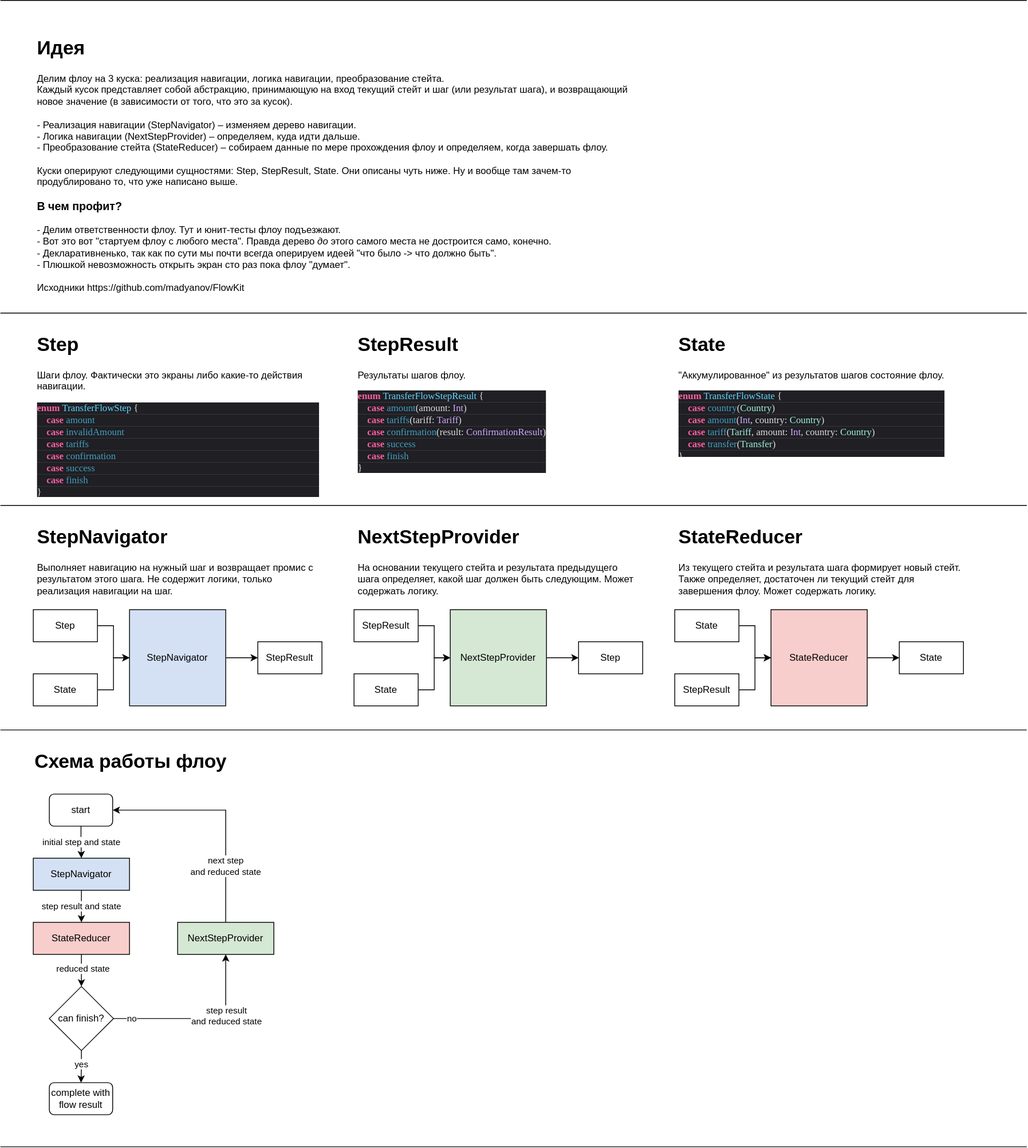
The draw.io diagram flowkit.svg in m6vrm/flowkit, before a commit. Source tidied: cells renumbered, new cells last; positions are measured from the earlier drawing's top-left corner, leaving out a move shared by most shapes.
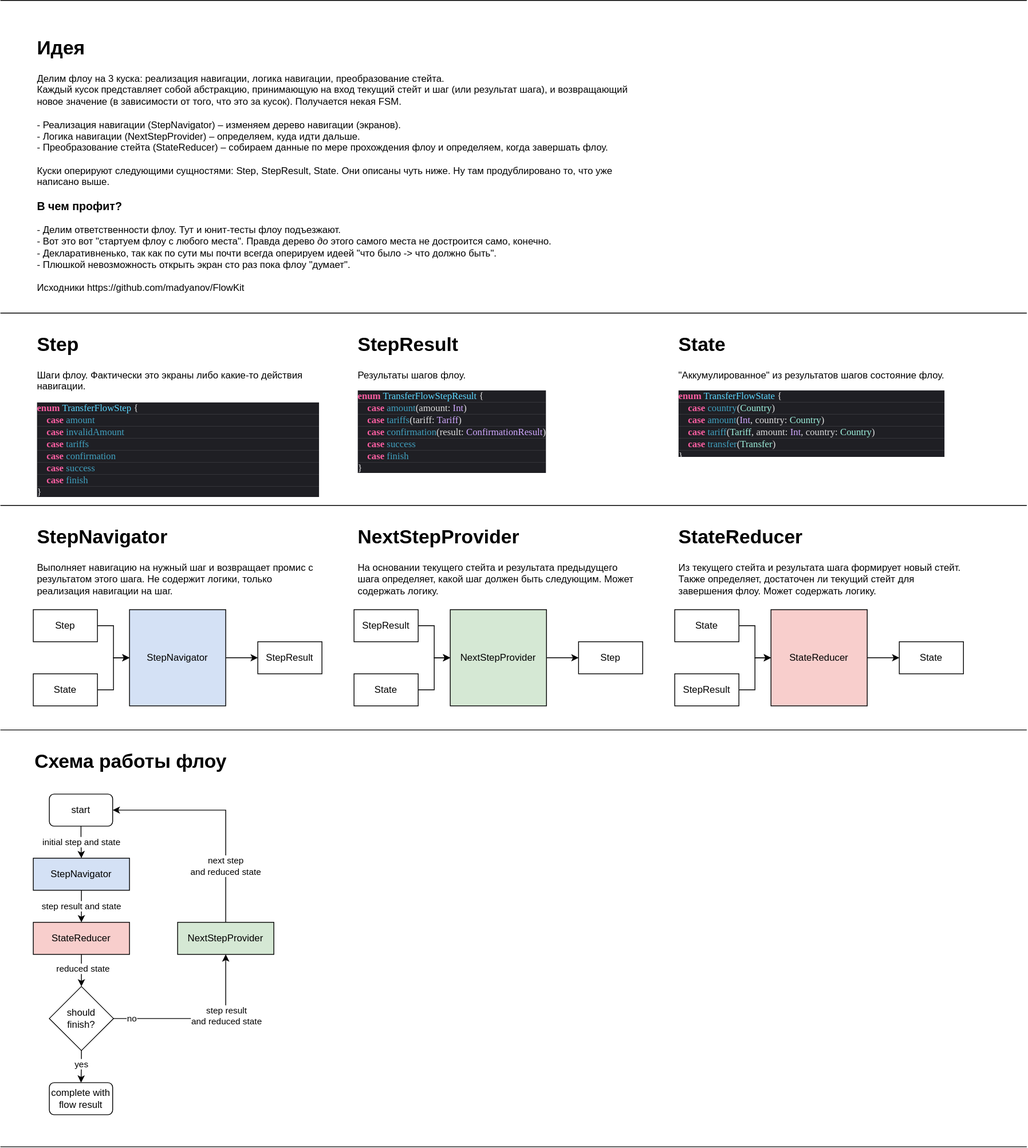
Above is the later version.

Change to the diagram source:
```diff
@@ -83,7 +83,7 @@
     <mxCell id="28" value="&lt;h1&gt;StateReducer&lt;/h1&gt;&lt;p&gt;Из текущего стейта и результата шага формирует новый стейт. Также определяет, достаточен ли текущий стейт для завершения флоу. Может содержать логику.&lt;/p&gt;" style="text;html=1;strokeColor=none;fillColor=none;spacing=5;spacingTop=-20;whiteSpace=wrap;overflow=hidden;rounded=0;" parent="1" vertex="1">
       <mxGeometry x="841" y="650" width="360" height="100" as="geometry" />
     </mxCell>
-    <mxCell id="29" value="&lt;h1&gt;Идея&lt;/h1&gt;&lt;p&gt;Делим флоу на 3 куска: реализация навигации, логика навигации, преобразование стейта.&lt;br&gt;Каждый кусок представляет собой абстракцию, принимающую на вход текущий стейт и шаг (или результат шага), и возвращающий новое значение (в зависимости от того, что это за кусок).&lt;br&gt;&lt;br&gt;- Реализация навигации (StepNavigator) – изменяем дерево навигации.&lt;br&gt;- Логика навигации (NextStepProvider) – определяем, куда идти дальше.&lt;br&gt;- Преобразование стейта (StateReducer) – собираем данные по мере прохождения флоу и определяем, когда завершать флоу.&lt;br&gt;&lt;br&gt;Куски оперируют следующими сущностями: Step, StepResult, State. Они описаны чуть ниже. Ну и вообще там зачем-то продублировано то, что уже написано выше.&lt;br&gt;&lt;/p&gt;&lt;h3&gt;В чем профит?&lt;/h3&gt;&lt;div&gt;- Делим ответственности флоу. Тут и юнит-тесты флоу подъезжают.&lt;br&gt;- Вот это вот &quot;стартуем флоу с любого места&quot;. Правда дерево &lt;i&gt;до&lt;/i&gt; этого самого места не достроится само, конечно.&lt;br&gt;- Декларативненько, так как по сути мы почти всегда оперируем идеей &quot;что было -&amp;gt; что должно быть&quot;.&lt;/div&gt;&lt;div&gt;- Плюшкой невозможность открыть экран сто раз пока флоу &quot;думает&quot;.&lt;br&gt;&lt;br&gt;Исходники&amp;nbsp;&lt;a href=&quot;https://github.com/madyanov/FlowKit&quot;&gt;https://github.com/madyanov/FlowKit&lt;/a&gt;&lt;/div&gt;&lt;p&gt;&lt;/p&gt;" style="text;html=1;strokeColor=none;fillColor=none;spacing=5;spacingTop=-20;whiteSpace=wrap;overflow=hidden;rounded=0;" parent="1" vertex="1">
+    <mxCell id="29" value="&lt;h1&gt;Идея&lt;/h1&gt;&lt;p&gt;Делим флоу на 3 куска: реализация навигации, логика навигации, преобразование стейта.&lt;br&gt;Каждый кусок представляет собой абстракцию, принимающую на вход текущий стейт и шаг (или результат шага), и возвращающий новое значение (в зависимости от того, что это за кусок). Получается некая FSM.&lt;br&gt;&lt;br&gt;- Реализация навигации (StepNavigator) – изменяем дерево навигации (экранов).&lt;br&gt;- Логика навигации (NextStepProvider) – определяем, куда идти дальше.&lt;br&gt;- Преобразование стейта (StateReducer) – собираем данные по мере прохождения флоу и определяем, когда завершать флоу.&lt;br&gt;&lt;br&gt;Куски оперируют следующими сущностями: Step, StepResult, State. Они описаны чуть ниже. Ну там продублировано то, что уже написано выше.&lt;br&gt;&lt;/p&gt;&lt;h3&gt;В чем профит?&lt;/h3&gt;&lt;div&gt;- Делим ответственности флоу. Тут и юнит-тесты флоу подъезжают.&lt;br&gt;- Вот это вот &quot;стартуем флоу с любого места&quot;. Правда дерево &lt;i&gt;до&lt;/i&gt; этого самого места не достроится само, конечно.&lt;br&gt;- Декларативненько, так как по сути мы почти всегда оперируем идеей &quot;что было -&amp;gt; что должно быть&quot;.&lt;/div&gt;&lt;div&gt;- Плюшкой невозможность открыть экран сто раз пока флоу &quot;думает&quot;.&lt;br&gt;&lt;br&gt;Исходники&amp;nbsp;&lt;a href=&quot;https://github.com/madyanov/FlowKit&quot;&gt;https://github.com/madyanov/FlowKit&lt;/a&gt;&lt;/div&gt;&lt;p&gt;&lt;/p&gt;" style="text;html=1;strokeColor=none;fillColor=none;spacing=5;spacingTop=-20;whiteSpace=wrap;overflow=hidden;rounded=0;" parent="1" vertex="1">
       <mxGeometry x="41" y="40" width="759" height="340" as="geometry" />
     </mxCell>
     <mxCell id="30" value="initial step and state" style="edgeStyle=orthogonalEdgeStyle;rounded=0;jettySize=auto;html=1;entryX=0.5;entryY=0;entryDx=0;entryDy=0;" parent="1" edge="1" source="31" target="33">
@@ -132,7 +132,7 @@
         <mxPoint x="-4" as="offset" />
       </mxGeometry>
     </mxCell>
-    <mxCell id="42" value="can finish?" style="rhombus;whiteSpace=wrap;html=1;" parent="1" vertex="1">
+    <mxCell id="42" value="should&lt;br&gt;finish?" style="rhombus;whiteSpace=wrap;html=1;" parent="1" vertex="1">
       <mxGeometry x="61" y="1230" width="80" height="80" as="geometry" />
     </mxCell>
     <mxCell id="43" value="complete with flow result" style="rounded=1;whiteSpace=wrap;html=1;" parent="1" vertex="1">
```
